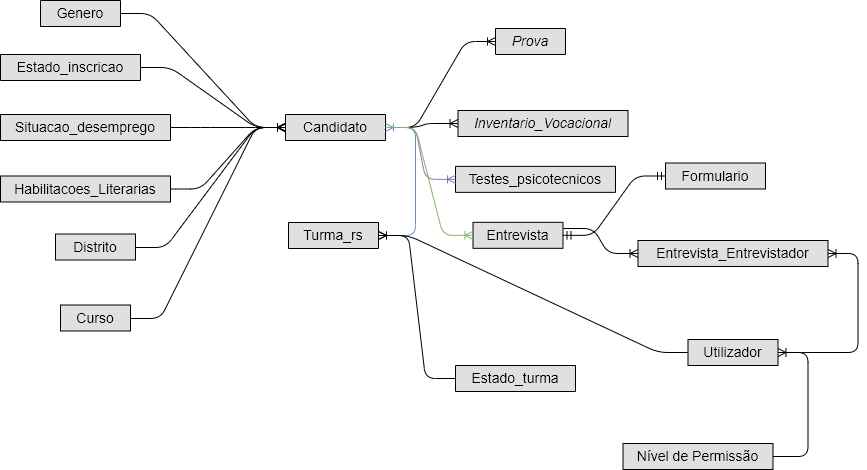
Above: projeto/Docs/Diagrama E-R.png in blestonbandeira/grs (draw.io), before the change. Source tidied: cells renumbered, new cells last; positions are measured from the earlier drawing's top-left corner, leaving out a move shared by most shapes. Source of this version:
```xml
<mxGraphModel>
  <root>
    <mxCell id="0" />
    <mxCell id="1" parent="0" />
    <mxCell id="2" value="Candidato" style="swimlane;fontStyle=0;horizontal=1;startSize=26;fillColor=#e0e0e0;swimlaneFillColor=#ffffff;align=center;fontSize=14;" parent="1" vertex="1" collapsed="1">
      <mxGeometry x="285" y="114" width="100" height="26" as="geometry" />
    </mxCell>
    <mxCell id="3" value="Testes_psicotecnicos" style="swimlane;fontStyle=0;horizontal=1;startSize=26;fillColor=#e0e0e0;swimlaneFillColor=#ffffff;align=center;fontSize=14;" parent="1" vertex="1" collapsed="1">
      <mxGeometry x="455" y="165.9" width="160" height="26" as="geometry" />
    </mxCell>
    <mxCell id="4" value="Turma_rs" style="swimlane;fontStyle=0;horizontal=1;startSize=26;fillColor=#e0e0e0;swimlaneFillColor=#ffffff;align=center;fontSize=14;" parent="1" vertex="1" collapsed="1">
      <mxGeometry x="288" y="222" width="90" height="26" as="geometry" />
    </mxCell>
    <mxCell id="5" value="Entrevista" style="swimlane;fontStyle=0;horizontal=1;startSize=26;fillColor=#e0e0e0;swimlaneFillColor=#ffffff;align=center;fontSize=14;" parent="1" vertex="1" collapsed="1">
      <mxGeometry x="472.5" y="221.8" width="90" height="26" as="geometry" />
    </mxCell>
    <mxCell id="6" value="Entrevista_Entrevistador" style="swimlane;fontStyle=0;horizontal=1;startSize=26;fillColor=#e0e0e0;swimlaneFillColor=#ffffff;align=center;fontSize=14;strokeColor=#000000;" parent="1" vertex="1" collapsed="1">
      <mxGeometry x="637.5" y="240" width="190" height="26" as="geometry" />
    </mxCell>
    <mxCell id="7" value="Genero" style="swimlane;fontStyle=0;horizontal=1;startSize=26;fillColor=#e0e0e0;swimlaneFillColor=#ffffff;align=center;fontSize=14;" parent="1" vertex="1" collapsed="1">
      <mxGeometry x="40" width="80" height="26" as="geometry" />
    </mxCell>
    <mxCell id="8" value="Estado_inscricao" style="swimlane;fontStyle=0;horizontal=1;startSize=26;fillColor=#e0e0e0;swimlaneFillColor=#ffffff;align=center;fontSize=14;" parent="1" vertex="1" collapsed="1">
      <mxGeometry y="54" width="140" height="26" as="geometry" />
    </mxCell>
    <mxCell id="9" value="Situacao_desemprego" style="swimlane;fontStyle=0;horizontal=1;startSize=26;fillColor=#e0e0e0;swimlaneFillColor=#ffffff;align=center;fontSize=14;" parent="1" vertex="1" collapsed="1">
      <mxGeometry y="114" width="170" height="26" as="geometry" />
    </mxCell>
    <mxCell id="10" value="Habilitacoes_Literarias" style="swimlane;fontStyle=0;horizontal=1;startSize=26;fillColor=#e0e0e0;swimlaneFillColor=#ffffff;align=center;fontSize=14;" parent="1" vertex="1" collapsed="1">
      <mxGeometry y="175.5" width="170" height="26" as="geometry" />
    </mxCell>
    <mxCell id="11" value="Distrito" style="swimlane;fontStyle=0;horizontal=1;startSize=26;fillColor=#e0e0e0;swimlaneFillColor=#ffffff;align=center;fontSize=14;" parent="1" vertex="1" collapsed="1">
      <mxGeometry x="55" y="233.5" width="80" height="26" as="geometry" />
    </mxCell>
    <mxCell id="12" value="Estado_turma" style="swimlane;fontStyle=0;horizontal=1;startSize=26;fillColor=#e0e0e0;swimlaneFillColor=#ffffff;align=center;fontSize=14;" parent="1" vertex="1" collapsed="1">
      <mxGeometry x="455" y="365" width="120" height="26" as="geometry" />
    </mxCell>
    <mxCell id="13" value="Prova" style="swimlane;fontStyle=2;horizontal=1;startSize=26;fillColor=#e0e0e0;swimlaneFillColor=#ffffff;align=center;fontSize=14;fontColor=#000000;" parent="1" vertex="1" collapsed="1">
      <mxGeometry x="495" y="28" width="70" height="26" as="geometry" />
    </mxCell>
    <mxCell id="14" value="Inventario_Vocacional" style="swimlane;fontStyle=2;horizontal=1;startSize=26;fillColor=#e0e0e0;swimlaneFillColor=#ffffff;align=center;fontSize=14;fontColor=#000000;" parent="1" vertex="1" collapsed="1">
      <mxGeometry x="457.5" y="110" width="170" height="26" as="geometry" />
    </mxCell>
    <mxCell id="15" value="Curso" style="swimlane;fontStyle=0;horizontal=1;startSize=26;fillColor=#e0e0e0;swimlaneFillColor=#ffffff;align=center;fontSize=14;" parent="1" vertex="1" collapsed="1">
      <mxGeometry x="60" y="304.5" width="70" height="26" as="geometry" />
    </mxCell>
    <mxCell id="16" value="Formulario" style="swimlane;fontStyle=0;horizontal=1;startSize=26;fillColor=#e0e0e0;swimlaneFillColor=#ffffff;align=center;fontSize=14;" parent="1" vertex="1" collapsed="1">
      <mxGeometry x="665" y="162.5" width="100" height="26" as="geometry" />
    </mxCell>
    <mxCell id="17" value="Nível de Permissão" style="swimlane;fontStyle=0;horizontal=1;startSize=26;fillColor=#e0e0e0;swimlaneFillColor=#ffffff;align=center;fontSize=14;strokeColor=#000000;" parent="1" vertex="1" collapsed="1">
      <mxGeometry x="622.5" y="443" width="150" height="26" as="geometry" />
    </mxCell>
    <mxCell id="18" value="Utilizador" style="swimlane;fontStyle=0;horizontal=1;startSize=26;fillColor=#e0e0e0;swimlaneFillColor=#ffffff;align=center;fontSize=14;strokeColor=#000000;" parent="1" vertex="1" collapsed="1">
      <mxGeometry x="687.5" y="339" width="90" height="26" as="geometry" />
    </mxCell>
  </root>
</mxGraphModel>
```
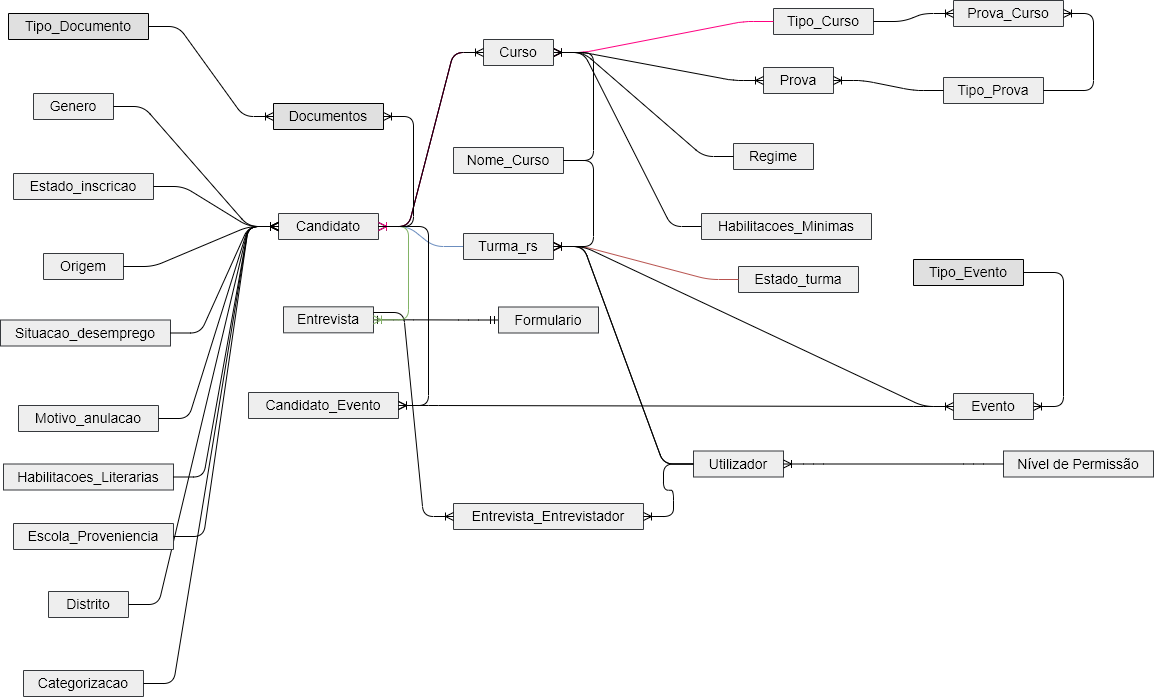
After the commit.

Diff of the diagram source:
```diff
@@ -2,56 +2,95 @@
   <root>
     <mxCell id="0" />
     <mxCell id="1" parent="0" />
-    <mxCell id="2" value="Candidato" style="swimlane;fontStyle=0;horizontal=1;startSize=26;fillColor=#e0e0e0;swimlaneFillColor=#ffffff;align=center;fontSize=14;" parent="1" vertex="1" collapsed="1">
-      <mxGeometry x="285" y="114" width="100" height="26" as="geometry" />
+    <mxCell id="2" value="Candidato" style="swimlane;fontStyle=0;horizontal=1;startSize=26;fillColor=#eeeeee;swimlaneFillColor=#ffffff;align=center;fontSize=14;strokeColor=#36393d;" parent="1" vertex="1" collapsed="1">
+      <mxGeometry x="-220" y="140" width="100" height="26" as="geometry" />
     </mxCell>
-    <mxCell id="3" value="Testes_psicotecnicos" style="swimlane;fontStyle=0;horizontal=1;startSize=26;fillColor=#e0e0e0;swimlaneFillColor=#ffffff;align=center;fontSize=14;" parent="1" vertex="1" collapsed="1">
-      <mxGeometry x="455" y="165.9" width="160" height="26" as="geometry" />
-    </mxCell>
-    <mxCell id="4" value="Turma_rs" style="swimlane;fontStyle=0;horizontal=1;startSize=26;fillColor=#e0e0e0;swimlaneFillColor=#ffffff;align=center;fontSize=14;" parent="1" vertex="1" collapsed="1">
-      <mxGeometry x="288" y="222" width="90" height="26" as="geometry" />
-    </mxCell>
-    <mxCell id="5" value="Entrevista" style="swimlane;fontStyle=0;horizontal=1;startSize=26;fillColor=#e0e0e0;swimlaneFillColor=#ffffff;align=center;fontSize=14;" parent="1" vertex="1" collapsed="1">
-      <mxGeometry x="472.5" y="221.8" width="90" height="26" as="geometry" />
+    <mxCell id="5" value="Entrevista" style="swimlane;fontStyle=0;horizontal=1;startSize=26;fillColor=#eeeeee;swimlaneFillColor=#ffffff;align=center;fontSize=14;strokeColor=#36393d;" parent="1" vertex="1" collapsed="1">
+      <mxGeometry x="-215" y="233.3" width="90" height="26" as="geometry" />
     </mxCell>
-    <mxCell id="6" value="Entrevista_Entrevistador" style="swimlane;fontStyle=0;horizontal=1;startSize=26;fillColor=#e0e0e0;swimlaneFillColor=#ffffff;align=center;fontSize=14;strokeColor=#000000;" parent="1" vertex="1" collapsed="1">
-      <mxGeometry x="637.5" y="240" width="190" height="26" as="geometry" />
+    <mxCell id="6" value="Entrevista_Entrevistador" style="swimlane;fontStyle=0;horizontal=1;startSize=26;fillColor=#eeeeee;swimlaneFillColor=#ffffff;align=center;fontSize=14;strokeColor=#36393d;" parent="1" vertex="1" collapsed="1">
+      <mxGeometry x="-45" y="430" width="190" height="26" as="geometry" />
     </mxCell>
-    <mxCell id="7" value="Genero" style="swimlane;fontStyle=0;horizontal=1;startSize=26;fillColor=#e0e0e0;swimlaneFillColor=#ffffff;align=center;fontSize=14;" parent="1" vertex="1" collapsed="1">
-      <mxGeometry x="40" width="80" height="26" as="geometry" />
+    <mxCell id="7" value="Genero" style="swimlane;fontStyle=0;horizontal=1;startSize=26;swimlaneFillColor=#ffffff;align=center;fontSize=14;fillColor=#eeeeee;strokeColor=#36393d;" parent="1" vertex="1" collapsed="1">
+      <mxGeometry x="-465" y="20" width="80" height="26" as="geometry" />
     </mxCell>
-    <mxCell id="8" value="Estado_inscricao" style="swimlane;fontStyle=0;horizontal=1;startSize=26;fillColor=#e0e0e0;swimlaneFillColor=#ffffff;align=center;fontSize=14;" parent="1" vertex="1" collapsed="1">
-      <mxGeometry y="54" width="140" height="26" as="geometry" />
+    <mxCell id="8" value="Estado_inscricao" style="swimlane;fontStyle=0;horizontal=1;startSize=26;fillColor=#eeeeee;swimlaneFillColor=#ffffff;align=center;fontSize=14;strokeColor=#36393d;" parent="1" vertex="1" collapsed="1">
+      <mxGeometry x="-485" y="100" width="140" height="26" as="geometry" />
     </mxCell>
-    <mxCell id="9" value="Situacao_desemprego" style="swimlane;fontStyle=0;horizontal=1;startSize=26;fillColor=#e0e0e0;swimlaneFillColor=#ffffff;align=center;fontSize=14;" parent="1" vertex="1" collapsed="1">
-      <mxGeometry y="114" width="170" height="26" as="geometry" />
+    <mxCell id="9" value="Situacao_desemprego" style="swimlane;fontStyle=0;horizontal=1;startSize=26;fillColor=#eeeeee;swimlaneFillColor=#ffffff;align=center;fontSize=14;strokeColor=#36393d;" parent="1" vertex="1" collapsed="1">
+      <mxGeometry x="-498" y="246.5" width="170" height="26" as="geometry" />
     </mxCell>
-    <mxCell id="10" value="Habilitacoes_Literarias" style="swimlane;fontStyle=0;horizontal=1;startSize=26;fillColor=#e0e0e0;swimlaneFillColor=#ffffff;align=center;fontSize=14;" parent="1" vertex="1" collapsed="1">
-      <mxGeometry y="175.5" width="170" height="26" as="geometry" />
+    <mxCell id="10" value="Habilitacoes_Literarias" style="swimlane;fontStyle=0;horizontal=1;startSize=26;fillColor=#eeeeee;swimlaneFillColor=#ffffff;align=center;fontSize=14;strokeColor=#36393d;" parent="1" vertex="1" collapsed="1">
+      <mxGeometry x="-495" y="390.5" width="170" height="26" as="geometry" />
     </mxCell>
-    <mxCell id="11" value="Distrito" style="swimlane;fontStyle=0;horizontal=1;startSize=26;fillColor=#e0e0e0;swimlaneFillColor=#ffffff;align=center;fontSize=14;" parent="1" vertex="1" collapsed="1">
-      <mxGeometry x="55" y="233.5" width="80" height="26" as="geometry" />
+    <mxCell id="11" value="Distrito" style="swimlane;fontStyle=0;horizontal=1;startSize=26;fillColor=#eeeeee;swimlaneFillColor=#ffffff;align=center;fontSize=14;strokeColor=#36393d;" parent="1" vertex="1" collapsed="1">
+      <mxGeometry x="-450" y="518" width="80" height="26" as="geometry" />
     </mxCell>
-    <mxCell id="12" value="Estado_turma" style="swimlane;fontStyle=0;horizontal=1;startSize=26;fillColor=#e0e0e0;swimlaneFillColor=#ffffff;align=center;fontSize=14;" parent="1" vertex="1" collapsed="1">
-      <mxGeometry x="455" y="365" width="120" height="26" as="geometry" />
+    <mxCell id="12" value="Estado_turma" style="swimlane;fontStyle=0;horizontal=1;startSize=26;fillColor=#eeeeee;swimlaneFillColor=#ffffff;align=center;fontSize=14;strokeColor=#36393d;" parent="1" vertex="1" collapsed="1">
+      <mxGeometry x="240" y="193" width="120" height="26" as="geometry" />
     </mxCell>
-    <mxCell id="13" value="Prova" style="swimlane;fontStyle=2;horizontal=1;startSize=26;fillColor=#e0e0e0;swimlaneFillColor=#ffffff;align=center;fontSize=14;fontColor=#000000;" parent="1" vertex="1" collapsed="1">
-      <mxGeometry x="495" y="28" width="70" height="26" as="geometry" />
+    <mxCell id="13" value="Prova" style="swimlane;fontStyle=0;horizontal=1;startSize=26;fillColor=#eeeeee;swimlaneFillColor=#ffffff;align=center;fontSize=14;strokeColor=#36393d;" parent="1" vertex="1" collapsed="1">
+      <mxGeometry x="265" y="-6" width="70" height="26" as="geometry" />
     </mxCell>
-    <mxCell id="14" value="Inventario_Vocacional" style="swimlane;fontStyle=2;horizontal=1;startSize=26;fillColor=#e0e0e0;swimlaneFillColor=#ffffff;align=center;fontSize=14;fontColor=#000000;" parent="1" vertex="1" collapsed="1">
-      <mxGeometry x="457.5" y="110" width="170" height="26" as="geometry" />
-    </mxCell>
-    <mxCell id="15" value="Curso" style="swimlane;fontStyle=0;horizontal=1;startSize=26;fillColor=#e0e0e0;swimlaneFillColor=#ffffff;align=center;fontSize=14;" parent="1" vertex="1" collapsed="1">
-      <mxGeometry x="60" y="304.5" width="70" height="26" as="geometry" />
-    </mxCell>
+    <mxCell id="19" value="Tipo_Prova" style="swimlane;fontStyle=0;horizontal=1;startSize=26;fillColor=#eeeeee;swimlaneFillColor=#ffffff;align=center;fontSize=14;strokeColor=#36393d;" parent="1" vertex="1" collapsed="1">
+      <mxGeometry x="445" y="4" width="100" height="26" as="geometry" />
+    </mxCell>
-    <mxCell id="16" value="Formulario" style="swimlane;fontStyle=0;horizontal=1;startSize=26;fillColor=#e0e0e0;swimlaneFillColor=#ffffff;align=center;fontSize=14;" parent="1" vertex="1" collapsed="1">
-      <mxGeometry x="665" y="162.5" width="100" height="26" as="geometry" />
+    <mxCell id="16" value="Formulario" style="swimlane;fontStyle=0;horizontal=1;startSize=26;fillColor=#eeeeee;swimlaneFillColor=#ffffff;align=center;fontSize=14;strokeColor=#36393d;" parent="1" vertex="1" collapsed="1">
+      <mxGeometry y="233.5" width="100" height="26" as="geometry" />
     </mxCell>
-    <mxCell id="17" value="Nível de Permissão" style="swimlane;fontStyle=0;horizontal=1;startSize=26;fillColor=#e0e0e0;swimlaneFillColor=#ffffff;align=center;fontSize=14;strokeColor=#000000;" parent="1" vertex="1" collapsed="1">
-      <mxGeometry x="622.5" y="443" width="150" height="26" as="geometry" />
+    <mxCell id="17" value="Nível de Permissão" style="swimlane;fontStyle=0;horizontal=1;startSize=26;fillColor=#eeeeee;swimlaneFillColor=#ffffff;align=center;fontSize=14;strokeColor=#36393d;" parent="1" vertex="1" collapsed="1">
+      <mxGeometry x="505" y="377.5" width="150" height="26" as="geometry" />
     </mxCell>
-    <mxCell id="18" value="Utilizador" style="swimlane;fontStyle=0;horizontal=1;startSize=26;fillColor=#e0e0e0;swimlaneFillColor=#ffffff;align=center;fontSize=14;strokeColor=#000000;" parent="1" vertex="1" collapsed="1">
-      <mxGeometry x="687.5" y="339" width="90" height="26" as="geometry" />
+    <mxCell id="18" value="Utilizador" style="swimlane;fontStyle=0;horizontal=1;startSize=26;fillColor=#eeeeee;swimlaneFillColor=#ffffff;align=center;fontSize=14;strokeColor=#36393d;" parent="1" vertex="1" collapsed="1">
+      <mxGeometry x="195" y="377.5" width="90" height="26" as="geometry" />
     </mxCell>
+    <mxCell id="20" value="Origem" style="swimlane;fontStyle=0;horizontal=1;startSize=26;fillColor=#eeeeee;swimlaneFillColor=#ffffff;align=center;fontSize=14;strokeColor=#36393d;" parent="1" vertex="1" collapsed="1">
+      <mxGeometry x="-455" y="180" width="80" height="26" as="geometry" />
+    </mxCell>
+    <mxCell id="21" value="Categorizacao" style="swimlane;fontStyle=0;horizontal=1;startSize=26;fillColor=#eeeeee;swimlaneFillColor=#ffffff;align=center;fontSize=14;strokeColor=#36393d;" parent="1" vertex="1" collapsed="1">
+      <mxGeometry x="-475" y="597" width="120" height="26" as="geometry" />
+    </mxCell>
+    <mxCell id="22" value="Evento" style="swimlane;fontStyle=0;horizontal=1;startSize=26;fillColor=#eeeeee;swimlaneFillColor=#ffffff;align=center;fontSize=14;strokeColor=#36393d;" parent="1" vertex="1" collapsed="1">
+      <mxGeometry x="455" y="320" width="80" height="26" as="geometry" />
+    </mxCell>
+    <mxCell id="23" value="Candidato_Evento" style="swimlane;fontStyle=0;horizontal=1;startSize=26;fillColor=#eeeeee;swimlaneFillColor=#ffffff;align=center;fontSize=14;strokeColor=#36393d;" parent="1" vertex="1" collapsed="1">
+      <mxGeometry x="-250" y="319" width="150" height="26" as="geometry" />
+    </mxCell>
+    <mxCell id="24" value="Tipo_Curso" style="swimlane;fontStyle=0;horizontal=1;startSize=26;fillColor=#eeeeee;swimlaneFillColor=#ffffff;align=center;fontSize=14;strokeColor=#36393d;" parent="1" vertex="1" collapsed="1">
+      <mxGeometry x="275" y="-65" width="100" height="26" as="geometry" />
+    </mxCell>
+    <mxCell id="25" value="Prova_Curso" style="swimlane;fontStyle=0;horizontal=1;startSize=26;fillColor=#eeeeee;swimlaneFillColor=#ffffff;align=center;fontSize=14;strokeColor=#36393d;" parent="1" vertex="1" collapsed="1">
+      <mxGeometry x="455" y="-73" width="110" height="26" as="geometry" />
+    </mxCell>
+    <mxCell id="26" value="Nome_Curso" style="swimlane;fontStyle=0;horizontal=1;startSize=26;fillColor=#eeeeee;swimlaneFillColor=#ffffff;align=center;fontSize=14;strokeColor=#36393d;" parent="1" vertex="1" collapsed="1">
+      <mxGeometry x="-45" y="74" width="110" height="26" as="geometry" />
+    </mxCell>
+    <mxCell id="27" value="Regime" style="swimlane;fontStyle=0;horizontal=1;startSize=26;fillColor=#eeeeee;swimlaneFillColor=#ffffff;align=center;fontSize=14;strokeColor=#36393d;" parent="1" vertex="1" collapsed="1">
+      <mxGeometry x="235" y="70" width="80" height="26" as="geometry" />
+    </mxCell>
+    <mxCell id="28" value="Tipo_Evento" style="swimlane;fontStyle=0;horizontal=1;startSize=26;fillColor=#e0e0e0;swimlaneFillColor=#ffffff;align=center;fontSize=14;" parent="1" vertex="1" collapsed="1">
+      <mxGeometry x="415" y="186" width="110" height="26" as="geometry" />
+    </mxCell>
+    <mxCell id="29" value="Tipo_Documento" style="swimlane;fontStyle=0;horizontal=1;startSize=26;fillColor=#e0e0e0;swimlaneFillColor=#ffffff;align=center;fontSize=14;" parent="1" vertex="1" collapsed="1">
+      <mxGeometry x="-490" y="-60" width="140" height="26" as="geometry" />
+    </mxCell>
+    <mxCell id="30" value="Motivo_anulacao" style="swimlane;fontStyle=0;horizontal=1;startSize=26;fillColor=#eeeeee;swimlaneFillColor=#ffffff;align=center;fontSize=14;strokeColor=#36393d;" parent="1" vertex="1" collapsed="1">
+      <mxGeometry x="-480" y="332" width="140" height="26" as="geometry" />
+    </mxCell>
+    <mxCell id="31" value="Escola_Proveniencia" style="swimlane;fontStyle=0;horizontal=1;startSize=26;fillColor=#eeeeee;swimlaneFillColor=#ffffff;align=center;fontSize=14;strokeColor=#36393d;" parent="1" vertex="1" collapsed="1">
+      <mxGeometry x="-485" y="450" width="160" height="26" as="geometry" />
+    </mxCell>
+    <mxCell id="15" value="Curso" style="swimlane;fontStyle=0;horizontal=1;startSize=26;fillColor=#eeeeee;swimlaneFillColor=#ffffff;align=center;fontSize=14;strokeColor=#36393d;" parent="1" vertex="1" collapsed="1">
+      <mxGeometry x="-15" y="-34" width="70" height="26" as="geometry" />
+    </mxCell>
+    <mxCell id="32" value="Documentos" style="swimlane;fontStyle=0;horizontal=1;startSize=26;fillColor=#e0e0e0;swimlaneFillColor=#ffffff;align=center;fontSize=14;" parent="1" vertex="1" collapsed="1">
+      <mxGeometry x="-225" y="30" width="110" height="26" as="geometry" />
+    </mxCell>
+    <mxCell id="4" value="Turma_rs" style="swimlane;fontStyle=0;horizontal=1;startSize=26;fillColor=#eeeeee;swimlaneFillColor=#ffffff;align=center;fontSize=14;strokeColor=#36393d;" parent="1" vertex="1" collapsed="1">
+      <mxGeometry x="-35" y="160" width="90" height="26" as="geometry" />
+    </mxCell>
+    <mxCell id="33" value="Habilitacoes_Minimas" style="swimlane;fontStyle=0;horizontal=1;startSize=26;fillColor=#eeeeee;swimlaneFillColor=#ffffff;align=center;fontSize=14;strokeColor=#36393d;" parent="1" vertex="1" collapsed="1">
+      <mxGeometry x="203" y="140" width="170" height="26" as="geometry" />
+    </mxCell>
   </root>
 </mxGraphModel>
```
